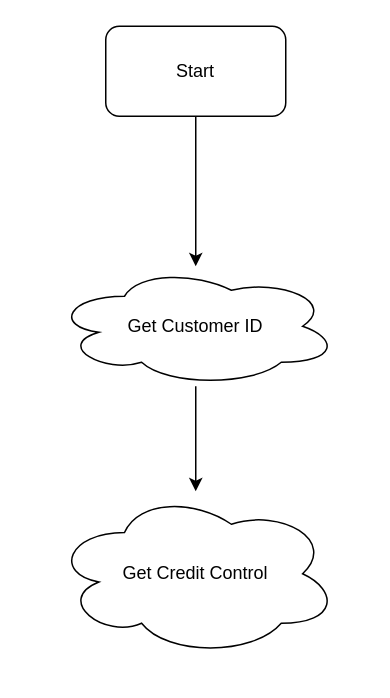
Earlier version of the draw.io diagram Get_Customer_by_Credit_Ctl.drawio (eme-invera/Customer_Maintenance). Source tidied: cells renumbered, new cells numbered last; positions are measured from the earlier drawing's top-left corner, leaving out a move shared by most shapes. Both pictures are drawn from the tidied source at 150%, with x=0, y=0 at pixel (52, 26).
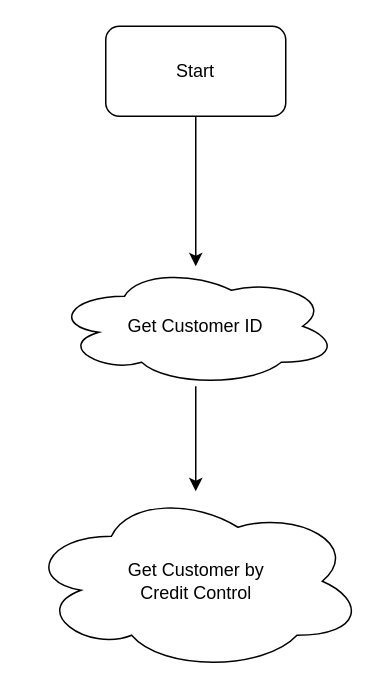
After the change.

What changed in the source:
```diff
@@
 <mxGraphModel>
   <root>
     <mxCell id="0" />
     <mxCell id="1" parent="0" />
     <mxCell id="2" style="edgeStyle=orthogonalEdgeStyle;rounded=0;jettySize=auto;html=1;exitX=0.5;exitY=1;exitDx=0;exitDy=0;" parent="1" edge="1" source="3" target="5">
       <mxGeometry relative="1" as="geometry" />
     </mxCell>
     <mxCell id="3" value="Start" style="rounded=1;whiteSpace=wrap;html=1;" parent="1" vertex="1">
       <mxGeometry x="35" width="120" height="60" as="geometry" />
     </mxCell>
     <mxCell id="4" style="edgeStyle=orthogonalEdgeStyle;rounded=0;jettySize=auto;html=1;" parent="1" edge="1" source="5" target="6">
       <mxGeometry relative="1" as="geometry" />
     </mxCell>
     <mxCell id="5" value="Get Customer ID" style="ellipse;shape=cloud;whiteSpace=wrap;html=1;" parent="1" vertex="1">
       <mxGeometry y="160" width="190" height="80" as="geometry" />
     </mxCell>
-    <mxCell id="6" value="Get Credit Control" style="ellipse;shape=cloud;whiteSpace=wrap;html=1;" parent="1" vertex="1">
-      <mxGeometry y="310" width="190" height="110" as="geometry" />
+    <mxCell id="6" value="Get Customer by &lt;br&gt;Credit Control" style="ellipse;shape=cloud;whiteSpace=wrap;html=1;" parent="1" vertex="1">
+      <mxGeometry x="-17.5" y="310" width="225" height="120" as="geometry" />
     </mxCell>
   </root>
 </mxGraphModel>
```
